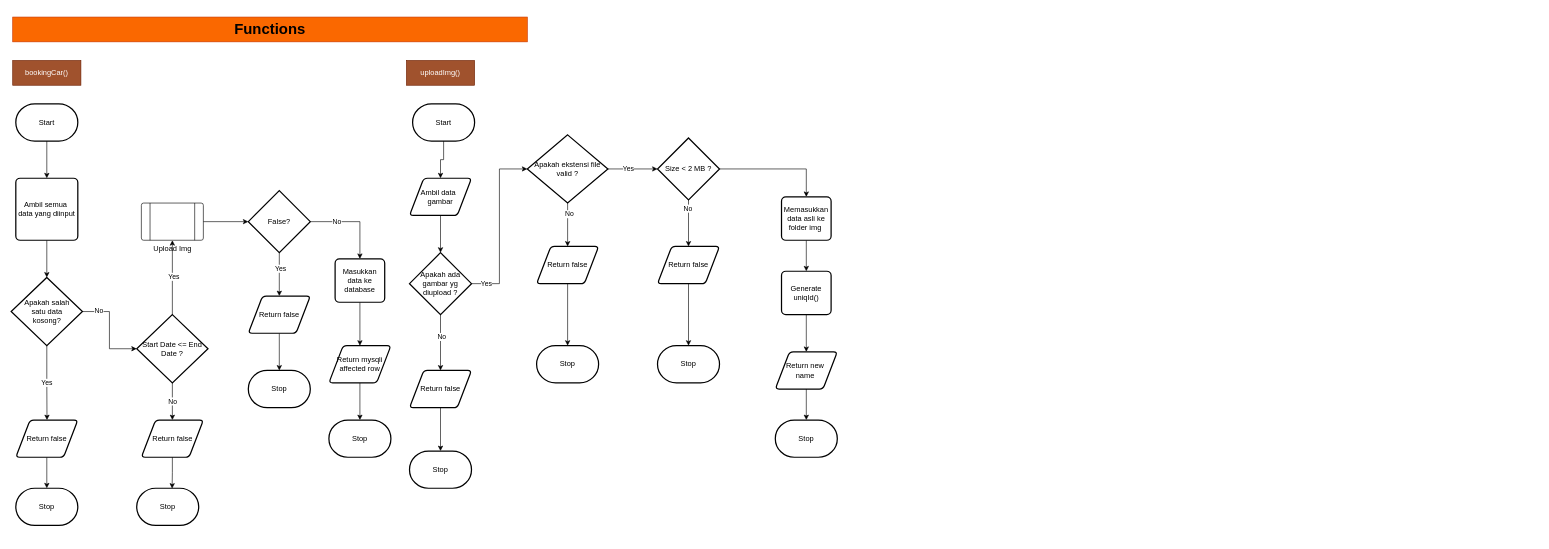
Earlier version of the draw.io diagram page "functions" (2 of 2) of Algorithm Booking-System.drawio (Farhan-Nawwafal/flowcharts-algorithm). Source tidied: cells renumbered, new cells numbered last; positions are measured from the earlier drawing's top-left corner, leaving out a move shared by most shapes. Both pictures are drawn from the tidied source at 62%, with x=0, y=0 at pixel (11, 17).
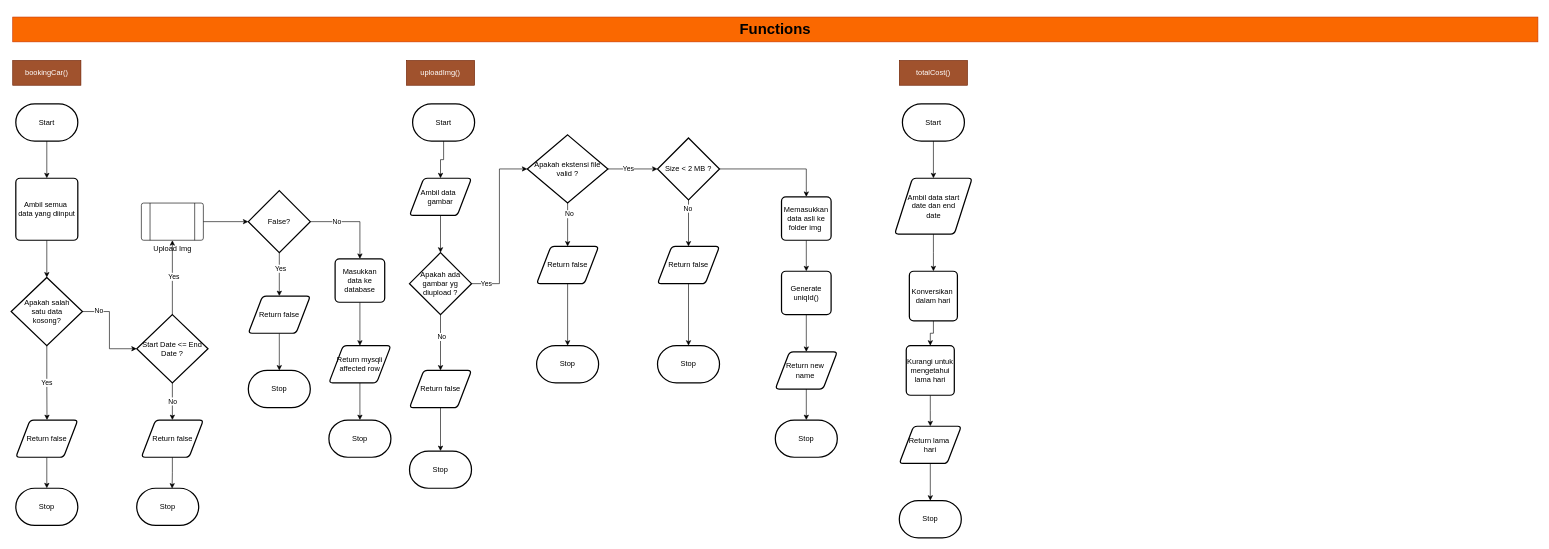
Above is the later version.

Diff of the diagram source:
```diff
@@
     <mxCell id="2" value="&lt;h1&gt;Functions&lt;/h1&gt;" style="rounded=0;whiteSpace=wrap;html=1;fillColor=#fa6800;strokeColor=#C73500;glass=0;shadow=0;fontColor=#000000;" parent="1" vertex="1">
-      <mxGeometry x="2" width="830" height="40" as="geometry" />
+      <mxGeometry x="2" width="2460" height="40" as="geometry" />
     </mxCell>
@@
+    <mxCell id="72" value="totalCost()" style="rounded=0;whiteSpace=wrap;html=1;fillColor=#a0522d;strokeColor=#6D1F00;fontColor=#ffffff;" parent="1" vertex="1">
+      <mxGeometry x="1432" y="70" width="110" height="40" as="geometry" />
+    </mxCell>
+    <mxCell id="73" style="edgeStyle=orthogonalEdgeStyle;rounded=0;jettySize=auto;html=1;" parent="1" edge="1" source="74" target="76">
+      <mxGeometry relative="1" as="geometry" />
+    </mxCell>
+    <mxCell id="74" value="Start" style="strokeWidth=2;html=1;shape=mxgraph.flowchart.terminator;whiteSpace=wrap;" parent="1" vertex="1">
+      <mxGeometry x="1437" y="140" width="100" height="60" as="geometry" />
+    </mxCell>
+    <mxCell id="75" style="edgeStyle=orthogonalEdgeStyle;rounded=0;jettySize=auto;html=1;" parent="1" edge="1" source="76" target="78">
+      <mxGeometry relative="1" as="geometry" />
+    </mxCell>
+    <mxCell id="76" value="Ambil data start&lt;div&gt;date dan end&lt;/div&gt;&lt;div&gt;date&lt;/div&gt;" style="shape=parallelogram;html=1;strokeWidth=2;perimeter=parallelogramPerimeter;whiteSpace=wrap;rounded=1;arcSize=12;size=0.23;" parent="1" vertex="1">
+      <mxGeometry x="1424.5" y="260" width="125" height="90" as="geometry" />
+    </mxCell>
+    <mxCell id="77" style="edgeStyle=orthogonalEdgeStyle;rounded=0;jettySize=auto;html=1;" parent="1" edge="1" source="78" target="83">
+      <mxGeometry relative="1" as="geometry" />
+    </mxCell>
+    <mxCell id="78" value="Konversikan&amp;nbsp;&lt;div&gt;dalam hari&lt;/div&gt;" style="rounded=1;whiteSpace=wrap;html=1;absoluteArcSize=1;arcSize=14;strokeWidth=2;" parent="1" vertex="1">
+      <mxGeometry x="1448.2" y="410" width="77.5" height="80" as="geometry" />
+    </mxCell>
+    <mxCell id="79" style="edgeStyle=orthogonalEdgeStyle;rounded=0;jettySize=auto;html=1;" parent="1" edge="1" source="80" target="81">
+      <mxGeometry relative="1" as="geometry" />
+    </mxCell>
+    <mxCell id="80" value="Return lama&amp;nbsp;&lt;div&gt;hari&lt;/div&gt;" style="shape=parallelogram;html=1;strokeWidth=2;perimeter=parallelogramPerimeter;whiteSpace=wrap;rounded=1;arcSize=12;size=0.23;" parent="1" vertex="1">
+      <mxGeometry x="1432" y="660" width="100" height="60" as="geometry" />
+    </mxCell>
+    <mxCell id="81" value="Stop" style="strokeWidth=2;html=1;shape=mxgraph.flowchart.terminator;whiteSpace=wrap;" parent="1" vertex="1">
+      <mxGeometry x="1432" y="780" width="100" height="60" as="geometry" />
+    </mxCell>
+    <mxCell id="82" style="edgeStyle=orthogonalEdgeStyle;rounded=0;jettySize=auto;html=1;entryX=0.5;entryY=0;entryDx=0;entryDy=0;" parent="1" edge="1" source="83" target="80">
+      <mxGeometry relative="1" as="geometry" />
+    </mxCell>
+    <mxCell id="83" value="Kurangi untuk mengetahui lama hari" style="rounded=1;whiteSpace=wrap;html=1;absoluteArcSize=1;arcSize=14;strokeWidth=2;" parent="1" vertex="1">
+      <mxGeometry x="1443.2" y="530" width="77.5" height="80" as="geometry" />
+    </mxCell>
```
